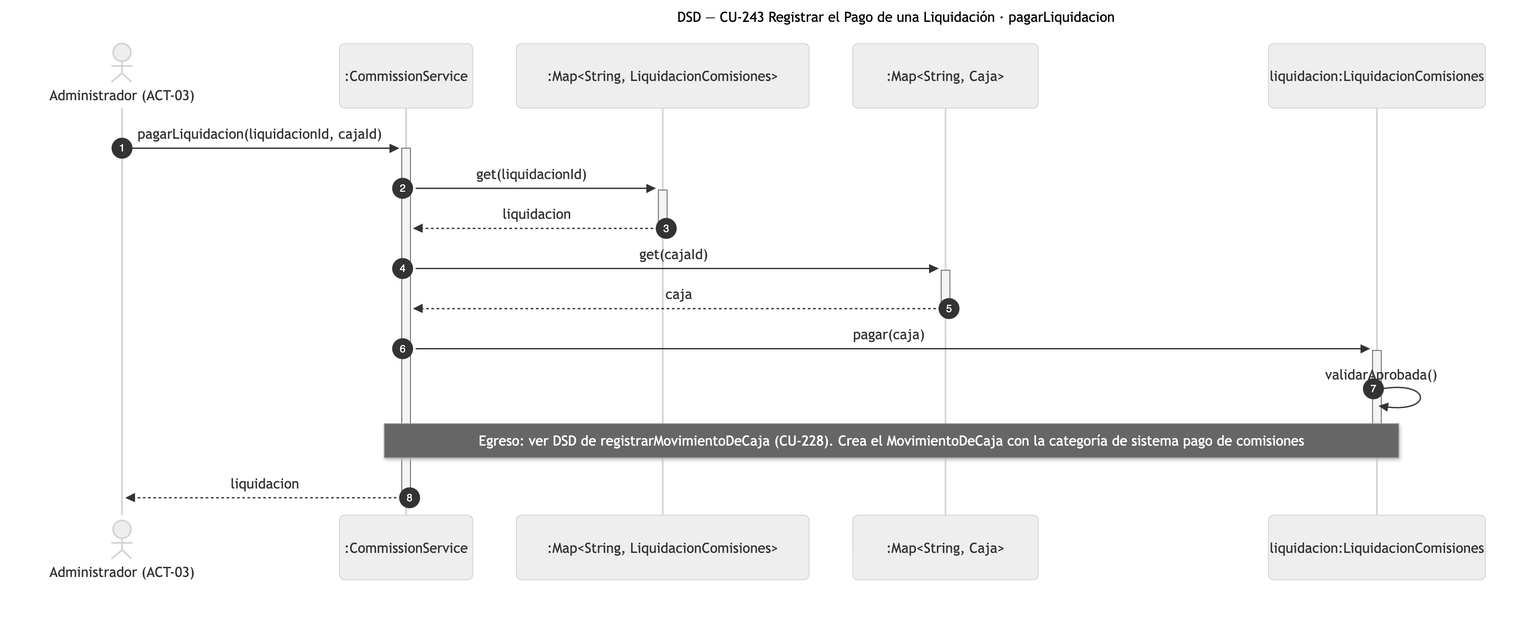
Earlier version of the Mermaid export diagramas/png/DSD_CU-243_pagarLiquidacion.png (Nahuelito-Dev/splg-docs). Its source is kept beside it as diagramas/DSD_CU-243_pagarLiquidacion.mmd. Its diagram source:
```mermaid
sequenceDiagram
    title DSD — CU-243 Registrar el Pago de una Liquidación · pagarLiquidacion
    autonumber
    actor ADM as Administrador (ACT-03)
    participant SRV as :CommissionService
    participant LIQS as :Map#lt;String, LiquidacionComisiones#gt;
    participant CAJS as :Map#lt;String, Caja#gt;
    participant LIQ as liquidacion:LiquidacionComisiones

    ADM->>+SRV: pagarLiquidacion(liquidacionId, cajaId)
    SRV->>+LIQS: get(liquidacionId)
    LIQS-->>-SRV: liquidacion
    SRV->>+CAJS: get(cajaId)
    CAJS-->>-SRV: caja
    SRV->>+LIQ: pagar(caja)
    LIQ->>LIQ: validarAprobada()
    Note over SRV,LIQ: Egreso: ver DSD de registrarMovimientoDeCaja (CU-228). Crea el MovimientoDeCaja con la categoría de sistema pago de comisiones
    deactivate LIQ
    SRV-->>-ADM: liquidacion
```
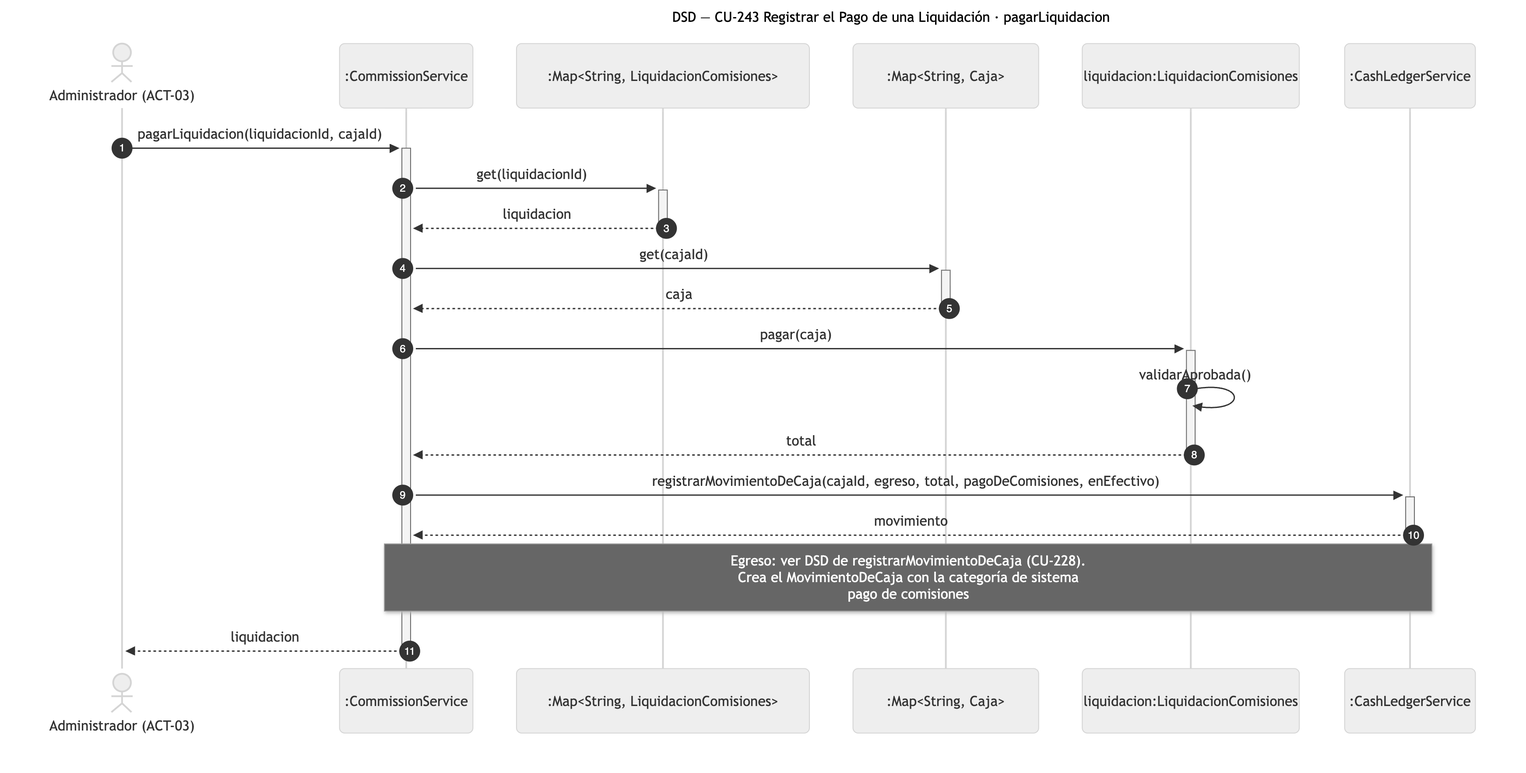
Later version of the same file.

The edit, as a diff of the source:
```diff
@@ -6,6 +6,7 @@
     participant LIQS as :Map#lt;String, LiquidacionComisiones#gt;
     participant CAJS as :Map#lt;String, Caja#gt;
     participant LIQ as liquidacion:LiquidacionComisiones
+    participant LDG as :CashLedgerService
 
     ADM->>+SRV: pagarLiquidacion(liquidacionId, cajaId)
     SRV->>+LIQS: get(liquidacionId)
@@ -14,6 +15,8 @@
     CAJS-->>-SRV: caja
     SRV->>+LIQ: pagar(caja)
     LIQ->>LIQ: validarAprobada()
-    Note over SRV,LIQ: Egreso: ver DSD de registrarMovimientoDeCaja (CU-228). Crea el MovimientoDeCaja con la categoría de sistema pago de comisiones
-    deactivate LIQ
+    LIQ-->>-SRV: total
+    SRV->>+LDG: registrarMovimientoDeCaja(cajaId, egreso, total, pagoDeComisiones, enEfectivo)
+    LDG-->>-SRV: movimiento
+    Note over SRV,LDG: Egreso: ver DSD de registrarMovimientoDeCaja (CU-228).<br/>Crea el MovimientoDeCaja con la categoría de sistema<br/>pago de comisiones
     SRV-->>-ADM: liquidacion
```
